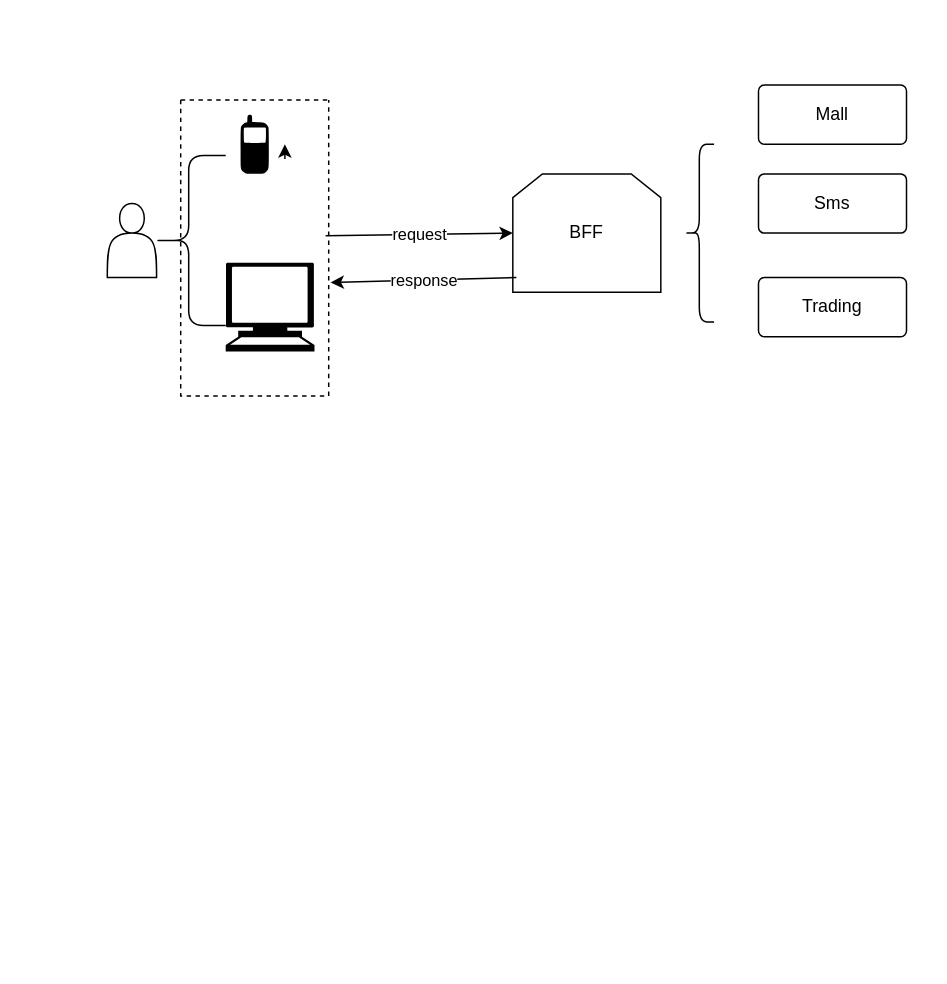
This is 未命名绘图.drawio from fanguandeng/fan, a draw.io file, before an edit. Source tidied: cells renumbered, new cells numbered last; positions are measured from the earlier drawing's top-left corner, leaving out a move shared by most shapes. Both pictures are drawn from the tidied source at 148%, with x=0, y=0 at pixel (107, 84).
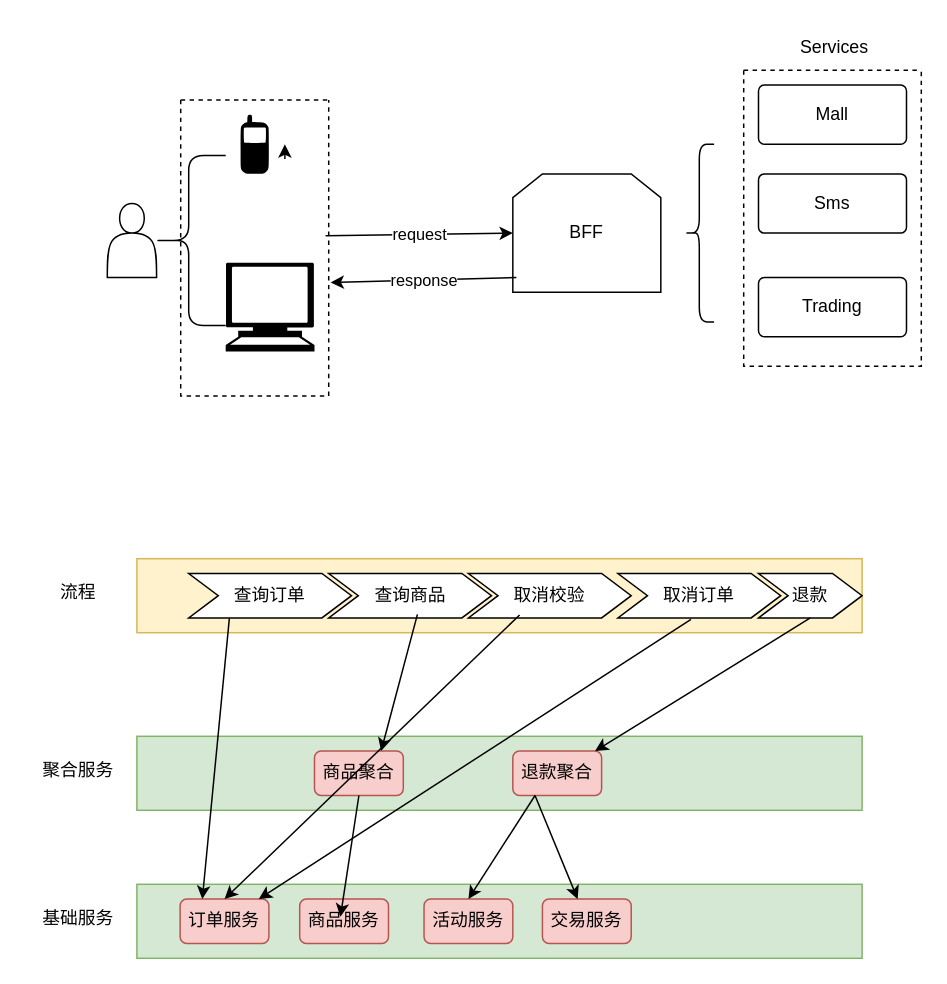
After the change.

Commit message:
更新未命名绘图.drawio

What changed in the source:
```diff
@@
+    <mxCell id="17" style="swimlane;startSize=0;dashed=1;" parent="1" vertex="1">
+      <mxGeometry x="430" y="-10" width="120" height="200" as="geometry" />
+    </mxCell>
+    <mxCell id="18" value="Services" style="text;html=1;align=center;verticalAlign=middle;strokeColor=none;fillColor=none;" parent="1" vertex="1">
+      <mxGeometry x="456" y="-40" width="70" height="30" as="geometry" />
+    </mxCell>
+    <mxCell id="19" style="rounded=0;whiteSpace=wrap;html=1;fillColor=#fff2cc;strokeColor=#d6b656;" parent="1" vertex="1">
+      <mxGeometry x="20" y="320" width="490" height="50" as="geometry" />
+    </mxCell>
+    <mxCell id="20" value="查询订单" style="shape=step;perimeter=stepPerimeter;whiteSpace=wrap;html=1;fixedSize=1;" parent="1" vertex="1">
+      <mxGeometry x="55" y="330" width="110" height="30" as="geometry" />
+    </mxCell>
+    <mxCell id="21" value="流程" style="text;html=1;align=center;verticalAlign=middle;strokeColor=none;fillColor=none;" parent="1" vertex="1">
+      <mxGeometry x="-45" y="328" width="50" height="30" as="geometry" />
+    </mxCell>
+    <mxCell id="22" style="rounded=0;whiteSpace=wrap;html=1;fillColor=#d5e8d4;strokeColor=#82b366;" parent="1" vertex="1">
+      <mxGeometry x="20" y="440" width="490" height="50" as="geometry" />
+    </mxCell>
+    <mxCell id="23" value="聚合服务" style="text;html=1;align=center;verticalAlign=middle;strokeColor=none;fillColor=none;" parent="1" vertex="1">
+      <mxGeometry x="-55" y="448" width="70" height="30" as="geometry" />
+    </mxCell>
+    <mxCell id="24" value="商品聚合" style="rounded=1;whiteSpace=wrap;html=1;fillColor=#f8cecc;strokeColor=#b85450;" parent="1" vertex="1">
+      <mxGeometry x="140" y="450" width="60" height="30" as="geometry" />
+    </mxCell>
+    <mxCell id="25" value="查询商品" style="shape=step;perimeter=stepPerimeter;whiteSpace=wrap;html=1;fixedSize=1;" parent="1" vertex="1">
+      <mxGeometry x="149.6" y="330" width="110" height="30" as="geometry" />
+    </mxCell>
+    <mxCell id="26" style="rounded=0;whiteSpace=wrap;html=1;fillColor=#d5e8d4;strokeColor=#82b366;" parent="1" vertex="1">
+      <mxGeometry x="20" y="540" width="490" height="50" as="geometry" />
+    </mxCell>
+    <mxCell id="27" value="基础服务" style="text;html=1;align=center;verticalAlign=middle;strokeColor=none;fillColor=none;" parent="1" vertex="1">
+      <mxGeometry x="-55" y="548" width="70" height="30" as="geometry" />
+    </mxCell>
+    <mxCell id="28" value="订单服务" style="rounded=1;whiteSpace=wrap;html=1;fillColor=#f8cecc;strokeColor=#b85450;" parent="1" vertex="1">
+      <mxGeometry x="49.2" y="550" width="60" height="30" as="geometry" />
+    </mxCell>
+    <mxCell id="29" value="商品服务" style="rounded=1;whiteSpace=wrap;html=1;fillColor=#f8cecc;strokeColor=#b85450;" parent="1" vertex="1">
+      <mxGeometry x="130" y="550" width="60" height="30" as="geometry" />
+    </mxCell>
+    <mxCell id="30" value="活动服务" style="rounded=1;whiteSpace=wrap;html=1;fillColor=#f8cecc;strokeColor=#b85450;" parent="1" vertex="1">
+      <mxGeometry x="214" y="550" width="60" height="30" as="geometry" />
+    </mxCell>
+    <mxCell id="31" value="交易服务" style="rounded=1;whiteSpace=wrap;html=1;fillColor=#f8cecc;strokeColor=#b85450;" parent="1" vertex="1">
+      <mxGeometry x="294" y="550" width="60" height="30" as="geometry" />
+    </mxCell>
+    <mxCell id="32" value="退款聚合" style="rounded=1;whiteSpace=wrap;html=1;fillColor=#f8cecc;strokeColor=#b85450;" parent="1" vertex="1">
+      <mxGeometry x="274" y="450" width="60" height="30" as="geometry" />
+    </mxCell>
+    <mxCell id="33" value="取消校验" style="shape=step;perimeter=stepPerimeter;whiteSpace=wrap;html=1;fixedSize=1;" parent="1" vertex="1">
+      <mxGeometry x="244" y="330" width="110" height="30" as="geometry" />
+    </mxCell>
+    <mxCell id="34" value="取消订单" style="shape=step;perimeter=stepPerimeter;whiteSpace=wrap;html=1;fixedSize=1;" parent="1" vertex="1">
+      <mxGeometry x="345" y="330" width="110" height="30" as="geometry" />
+    </mxCell>
+    <mxCell id="35" value="退款" style="shape=step;perimeter=stepPerimeter;whiteSpace=wrap;html=1;fixedSize=1;" parent="1" vertex="1">
+      <mxGeometry x="440" y="330" width="70" height="30" as="geometry" />
+    </mxCell>
+    <mxCell id="36" style="endArrow=classic;html=1;rounded=0;exitX=0.25;exitY=1;exitDx=0;exitDy=0;entryX=0.25;entryY=0;entryDx=0;entryDy=0;" parent="1" edge="1" source="20" target="28">
+      <mxGeometry relative="1" as="geometry" />
+    </mxCell>
+    <mxCell id="37" style="endArrow=classic;html=1;rounded=0;entryX=0.75;entryY=0;entryDx=0;entryDy=0;exitX=0.545;exitY=0.92;exitDx=0;exitDy=0;exitPerimeter=0;" parent="1" edge="1" source="25" target="24">
+      <mxGeometry relative="1" as="geometry" />
+    </mxCell>
+    <mxCell id="38" style="endArrow=classic;html=1;rounded=0;exitX=0.25;exitY=1;exitDx=0;exitDy=0;entryX=0.5;entryY=0;entryDx=0;entryDy=0;" parent="1" edge="1" target="28">
+      <mxGeometry relative="1" as="geometry">
+        <mxPoint x="278.6" y="358" as="sourcePoint" />
+      </mxGeometry>
+    </mxCell>
+    <mxCell id="39" style="endArrow=classic;html=1;rounded=0;exitX=0.449;exitY=1.034;exitDx=0;exitDy=0;exitPerimeter=0;" parent="1" edge="1" source="34" target="28">
+      <mxGeometry relative="1" as="geometry" />
+    </mxCell>
+    <mxCell id="40" style="endArrow=classic;html=1;rounded=0;exitX=0.5;exitY=1;exitDx=0;exitDy=0;entryX=0.926;entryY=0;entryDx=0;entryDy=0;entryPerimeter=0;" parent="1" edge="1" source="35" target="32">
+      <mxGeometry relative="1" as="geometry" />
+    </mxCell>
+    <mxCell id="41" style="endArrow=classic;html=1;rounded=0;entryX=0.75;entryY=0;entryDx=0;entryDy=0;exitX=0.5;exitY=1;exitDx=0;exitDy=0;" parent="1" edge="1" source="24">
+      <mxGeometry relative="1" as="geometry">
+        <mxPoint x="157.5" y="562" as="targetPoint" />
+      </mxGeometry>
+    </mxCell>
+    <mxCell id="42" style="endArrow=classic;html=1;rounded=0;entryX=0.5;entryY=0;entryDx=0;entryDy=0;exitX=0.25;exitY=1;exitDx=0;exitDy=0;" parent="1" edge="1" source="32" target="30">
+      <mxGeometry relative="1" as="geometry" />
+    </mxCell>
+    <mxCell id="43" style="endArrow=classic;html=1;rounded=0;exitX=0.25;exitY=1;exitDx=0;exitDy=0;" parent="1" edge="1" source="32" target="31">
+      <mxGeometry relative="1" as="geometry" />
+    </mxCell>
```
